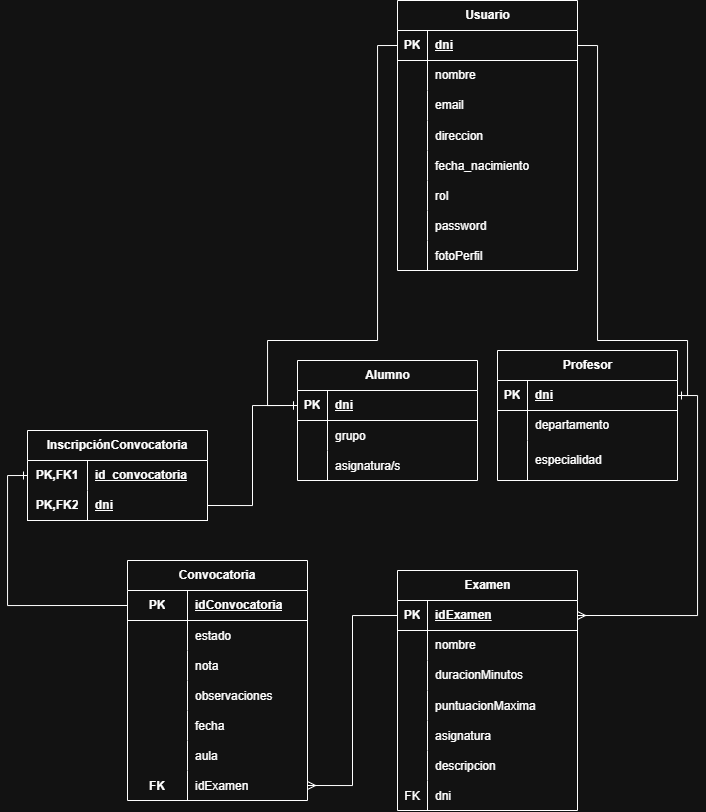
This is Documentacion/Diagramas/ExamTrack - Diagrama.png from JTPLOP/ExamTrack, a draw.io export, as it was before one commit. Source tidied: cells renumbered, new cells last; positions are measured from the earlier drawing's top-left corner, leaving out a move shared by most shapes.
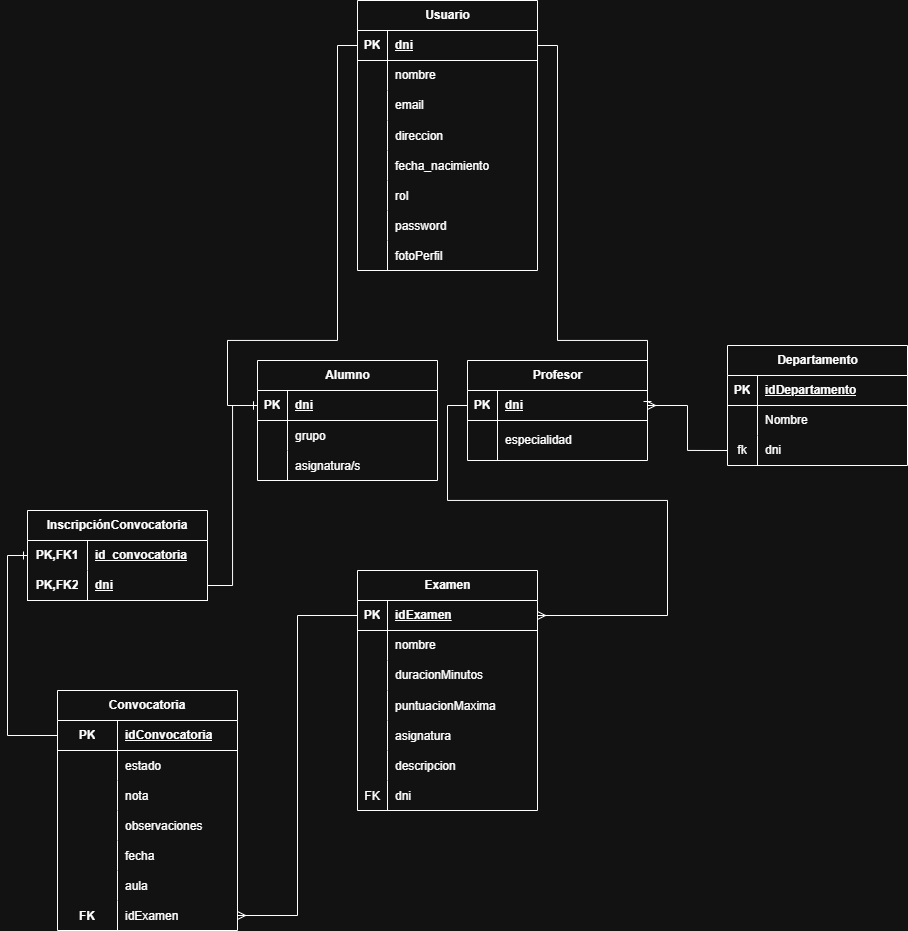
After the change.

Diff of the diagram source:
```diff
@@ -99,7 +99,7 @@
       <mxGeometry x="30" width="150" height="30" as="geometry" />
     </mxCell>
     <mxCell id="34" value="Profesor" style="shape=table;startSize=30;rowLines=0;fontStyle=1;align=center;html=1;" parent="1" vertex="1">
-      <mxGeometry x="470" y="350" width="180" height="130" as="geometry" />
+      <mxGeometry x="480" y="360" width="180" height="100" as="geometry" />
     </mxCell>
     <mxCell id="35" style="shape=tableRow;horizontal=0;startSize=0;swimlaneHead=0;swimlaneBody=0;fillColor=none;points=[[0,0.5],[1,0.5]];portConstraint=eastwest;top=0;left=0;right=0;bottom=1;" parent="34" vertex="1">
       <mxGeometry y="30" width="180" height="30" as="geometry" />
@@ -110,17 +110,8 @@
     <mxCell id="37" value="dni" style="shape=partialRectangle;fillColor=none;top=0;left=0;bottom=0;right=0;align=left;spacingLeft=6;fontStyle=5;overflow=hidden;whiteSpace=wrap;html=1;" parent="35" vertex="1">
       <mxGeometry x="30" width="150" height="30" as="geometry" />
     </mxCell>
-    <mxCell id="38" style="shape=tableRow;horizontal=0;startSize=0;swimlaneHead=0;swimlaneBody=0;fillColor=none;top=0;left=0;right=0;bottom=0;" parent="34" vertex="1">
-      <mxGeometry y="60" width="180" height="30" as="geometry" />
-    </mxCell>
-    <mxCell id="39" style="shape=partialRectangle;fillColor=none;top=0;left=0;bottom=0;right=0;overflow=hidden;whiteSpace=wrap;html=1;" parent="38" vertex="1">
-      <mxGeometry width="30" height="30" as="geometry" />
-    </mxCell>
-    <mxCell id="40" value="departamento" style="shape=partialRectangle;fillColor=none;top=0;left=0;bottom=0;right=0;align=left;spacingLeft=6;overflow=hidden;whiteSpace=wrap;html=1;" parent="38" vertex="1">
-      <mxGeometry x="30" width="150" height="30" as="geometry" />
-    </mxCell>
     <mxCell id="41" style="shape=tableRow;horizontal=0;startSize=0;swimlaneHead=0;swimlaneBody=0;fillColor=none;top=0;left=0;right=0;bottom=0;" parent="34" vertex="1">
-      <mxGeometry y="90" width="180" height="40" as="geometry" />
+      <mxGeometry y="60" width="180" height="40" as="geometry" />
     </mxCell>
     <mxCell id="42" style="shape=partialRectangle;fillColor=none;top=0;left=0;bottom=0;right=0;overflow=hidden;whiteSpace=wrap;html=1;" parent="41" vertex="1">
       <mxGeometry width="30" height="40" as="geometry" />
@@ -224,7 +215,7 @@
       </mxGeometry>
     </mxCell>
     <mxCell id="71" value="Convocatoria" style="shape=table;startSize=30;rowLines=0;fontStyle=1;align=center;html=1;whiteSpace=wrap;" parent="1" vertex="1">
-      <mxGeometry x="100" y="560" width="180" height="240" as="geometry" />
+      <mxGeometry x="70" y="690" width="180" height="240" as="geometry" />
     </mxCell>
     <mxCell id="72" style="shape=tableRow;horizontal=0;startSize=0;swimlaneHead=0;swimlaneBody=0;fillColor=none;points=[[0,0.5],[1,0.5]];portConstraint=eastwest;top=0;left=0;right=0;bottom=1;" parent="71" vertex="1">
       <mxGeometry y="30" width="180" height="30" as="geometry" />
@@ -292,11 +283,18 @@
     <mxCell id="93" style="edgeStyle=orthogonalEdgeStyle;rounded=0;jettySize=auto;html=1;exitX=0;exitY=0.5;exitDx=0;exitDy=0;endArrow=ERmany;endFill=0;entryX=1;entryY=0.5;entryDx=0;entryDy=0;" parent="1" edge="1" source="3" target="90">
       <mxGeometry relative="1" as="geometry" />
     </mxCell>
-    <mxCell id="94" style="edgeStyle=orthogonalEdgeStyle;rounded=0;jettySize=auto;html=1;exitX=1;exitY=0.5;exitDx=0;exitDy=0;entryX=1;entryY=0.5;entryDx=0;entryDy=0;endArrow=ERmany;endFill=0;" parent="1" edge="1" source="35" target="3">
-      <mxGeometry relative="1" as="geometry" />
+    <mxCell id="94" style="edgeStyle=orthogonalEdgeStyle;rounded=0;jettySize=auto;html=1;entryX=1;entryY=0.5;entryDx=0;entryDy=0;endArrow=ERmany;endFill=0;exitX=0;exitY=0.5;exitDx=0;exitDy=0;" parent="1" edge="1" source="35" target="3">
+      <mxGeometry relative="1" as="geometry">
+        <Array as="points">
+          <mxPoint x="460" y="405" />
+          <mxPoint x="460" y="500" />
+          <mxPoint x="680" y="500" />
+          <mxPoint x="680" y="615" />
+        </Array>
+      </mxGeometry>
     </mxCell>
     <mxCell id="95" value="InscripciónConvocatoria" style="shape=table;startSize=30;rowLines=0;fontStyle=1;align=center;html=1;whiteSpace=wrap;" parent="1" vertex="1">
-      <mxGeometry y="430" width="180" height="90" as="geometry" />
+      <mxGeometry x="40" y="510" width="180" height="90" as="geometry" />
     </mxCell>
     <mxCell id="96" style="shape=tableRow;horizontal=0;startSize=0;swimlaneHead=0;swimlaneBody=0;fillColor=none;points=[[0,0.5],[1,0.5]];portConstraint=eastwest;top=0;left=0;right=0;bottom=0;html=1;" parent="95" vertex="1">
       <mxGeometry y="30" width="180" height="30" as="geometry" />
@@ -322,5 +320,38 @@
     <mxCell id="103" style="edgeStyle=orthogonalEdgeStyle;rounded=0;jettySize=auto;html=1;exitX=1;exitY=0.5;exitDx=0;exitDy=0;entryX=0;entryY=0.5;entryDx=0;entryDy=0;endArrow=ERone;endFill=0;" parent="1" edge="1" source="99" target="25">
       <mxGeometry relative="1" as="geometry" />
     </mxCell>
+    <mxCell id="104" value="Departamento" style="shape=table;startSize=30;rowLines=0;fontStyle=1;align=center;html=1;" parent="1" vertex="1">
+      <mxGeometry x="740" y="345" width="180" height="120" as="geometry" />
+    </mxCell>
+    <mxCell id="105" style="shape=tableRow;horizontal=0;startSize=0;swimlaneHead=0;swimlaneBody=0;fillColor=none;top=0;left=0;right=0;bottom=1;" parent="104" vertex="1">
+      <mxGeometry y="30" width="180" height="30" as="geometry" />
+    </mxCell>
+    <mxCell id="106" value="PK" style="shape=partialRectangle;fillColor=none;top=0;left=0;bottom=0;right=0;fontStyle=1;overflow=hidden;whiteSpace=wrap;html=1;" parent="105" vertex="1">
+      <mxGeometry width="30" height="30" as="geometry" />
+    </mxCell>
+    <mxCell id="107" value="idDepartamento" style="shape=partialRectangle;fillColor=none;top=0;left=0;bottom=0;right=0;align=left;spacingLeft=6;fontStyle=5;overflow=hidden;whiteSpace=wrap;html=1;" parent="105" vertex="1">
+      <mxGeometry x="30" width="150" height="30" as="geometry" />
+    </mxCell>
+    <mxCell id="38" style="shape=tableRow;horizontal=0;startSize=0;swimlaneHead=0;swimlaneBody=0;fillColor=none;top=0;left=0;right=0;bottom=0;" parent="104" vertex="1">
+      <mxGeometry y="60" width="180" height="30" as="geometry" />
+    </mxCell>
+    <mxCell id="39" style="shape=partialRectangle;fillColor=none;top=0;left=0;bottom=0;right=0;overflow=hidden;whiteSpace=wrap;html=1;" parent="38" vertex="1">
+      <mxGeometry width="30" height="30" as="geometry" />
+    </mxCell>
+    <mxCell id="108" value="Nombre" style="shape=partialRectangle;fillColor=none;top=0;left=0;bottom=0;right=0;align=left;spacingLeft=6;overflow=hidden;whiteSpace=wrap;html=1;" parent="38" vertex="1">
+      <mxGeometry x="30" width="150" height="30" as="geometry" />
+    </mxCell>
+    <mxCell id="109" style="shape=tableRow;horizontal=0;startSize=0;swimlaneHead=0;swimlaneBody=0;fillColor=none;points=[[0,0.5],[1,0.5]];portConstraint=eastwest;top=0;left=0;right=0;bottom=0;" parent="104" vertex="1">
+      <mxGeometry y="90" width="180" height="30" as="geometry" />
+    </mxCell>
+    <mxCell id="110" value="fk" style="shape=partialRectangle;fillColor=none;top=0;left=0;bottom=0;right=0;overflow=hidden;whiteSpace=wrap;html=1;" parent="109" vertex="1">
+      <mxGeometry width="30" height="30" as="geometry" />
+    </mxCell>
+    <mxCell id="111" value="dni" style="shape=partialRectangle;fillColor=none;top=0;left=0;bottom=0;right=0;align=left;spacingLeft=6;overflow=hidden;whiteSpace=wrap;html=1;" parent="109" vertex="1">
+      <mxGeometry x="30" width="150" height="30" as="geometry" />
+    </mxCell>
+    <mxCell id="112" style="edgeStyle=orthogonalEdgeStyle;rounded=0;jettySize=auto;html=1;exitX=1;exitY=0.5;exitDx=0;exitDy=0;entryX=0;entryY=0.5;entryDx=0;entryDy=0;endArrow=none;endFill=0;startArrow=ERmany;startFill=0;" parent="1" edge="1" source="35" target="109">
+      <mxGeometry relative="1" as="geometry" />
+    </mxCell>
   </root>
 </mxGraphModel>
```
